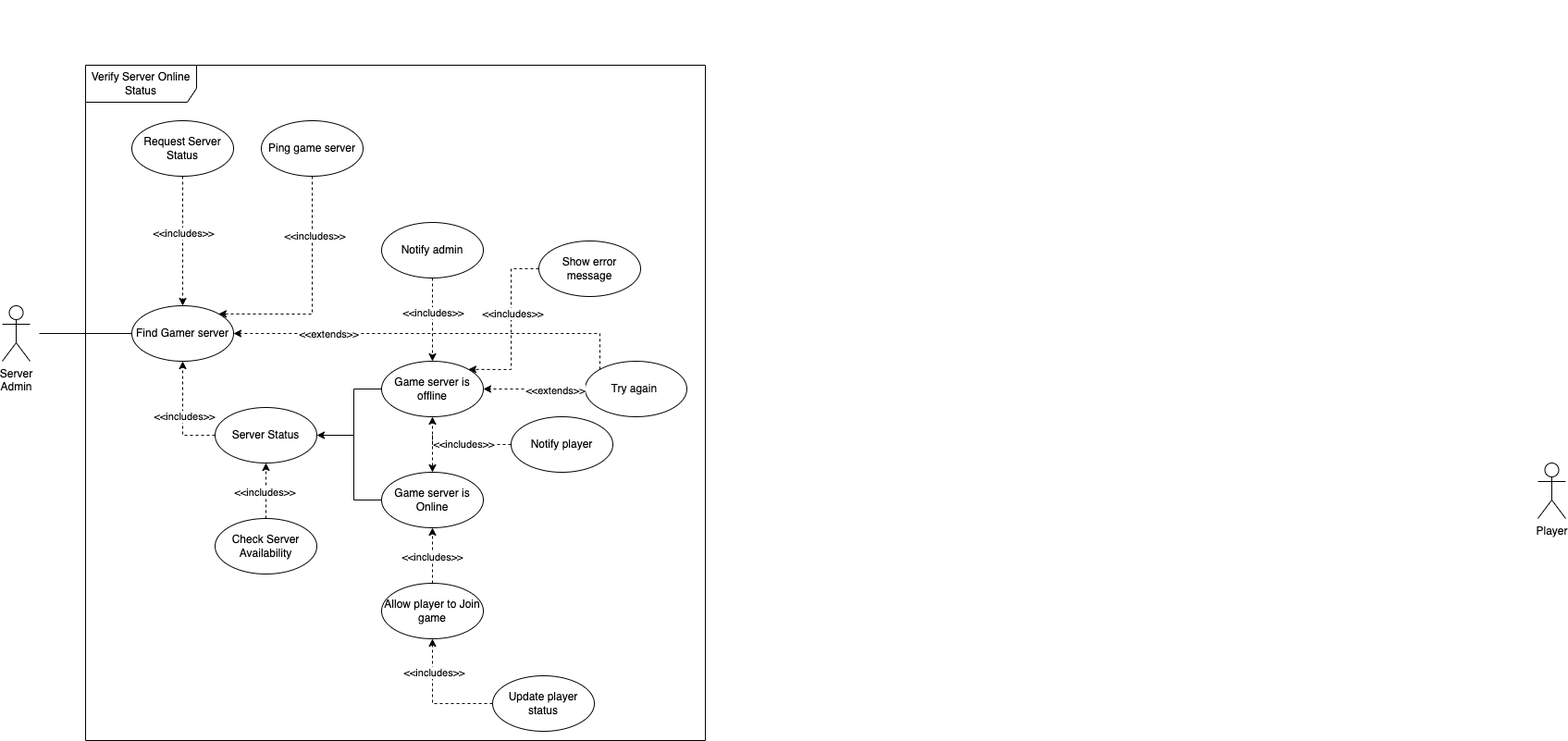
Before: Verify_Server_Online_Status.drawio.png, a diagram exported from draw.io (farshadislam/Socketed-Multigame-GUI). Source tidied: cells renumbered, new cells last; positions are measured from the earlier drawing's top-left corner, leaving out a move shared by most shapes.
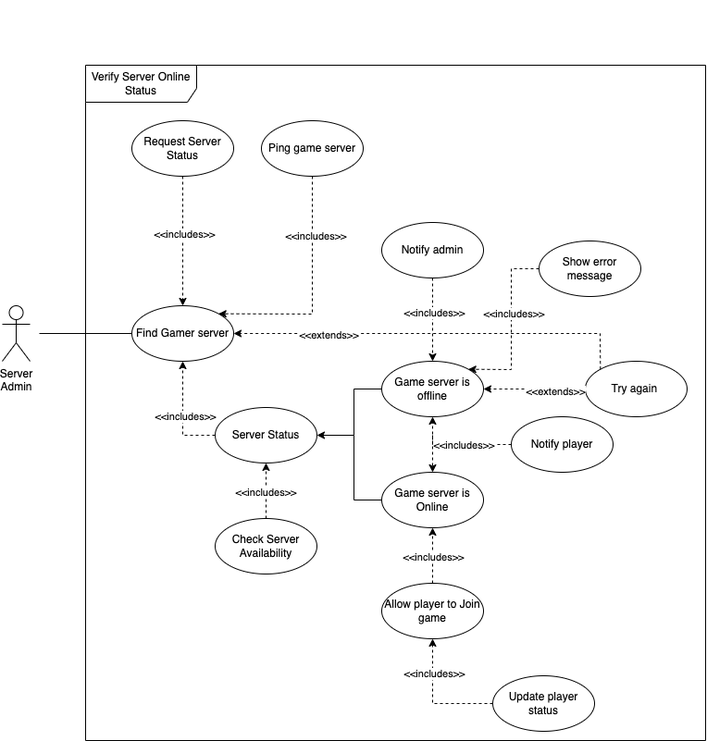
Later version of the same file.

Commit message:
Fixed some of the networking team's diagram (from the integration team) part 2

Diff of the diagram source:
```diff
@@ -1,4 +1,4 @@
-<mxGraphModel>
+<mxGraphModel background="#ffffff">
   <root>
     <mxCell id="0" />
     <mxCell id="1" parent="0" />
@@ -26,9 +26,6 @@
     <mxCell id="9" value="Show error message" style="ellipse;whiteSpace=wrap;html=1;" parent="1" vertex="1">
       <mxGeometry x="580" y="260" width="110" height="60" as="geometry" />
     </mxCell>
-    <mxCell id="10" value="Player" style="shape=umlActor;verticalLabelPosition=bottom;verticalAlign=top;html=1;" parent="1" vertex="1">
-      <mxGeometry x="1660" y="500" width="30" height="60" as="geometry" />
-    </mxCell>
     <mxCell id="11" value="Try again&amp;nbsp;" style="ellipse;whiteSpace=wrap;html=1;" parent="1" vertex="1">
       <mxGeometry x="630" y="390" width="110" height="60" as="geometry" />
     </mxCell>
```
